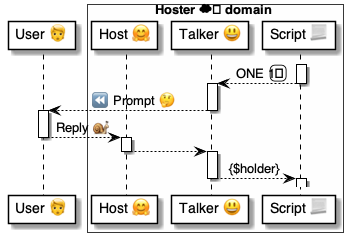
Before: 4 ⚙️ Solution/35 💬 Chats/😃 Talkers/😃⏩ Talker flows/Prompts 😃⏩🧑‍🦰/😃 Prompts ⚙️ uml.png, a diagram exported from PlantUML (pollyweb-org/pollyweb-docs). Its source is kept beside it as 4 ⚙️ Solution/35 💬 Chats/😃 Talkers/😃⏩ Talker flows/Prompts 😃⏩🧑‍🦰/😃 Prompts ⚙️ uml.puml.
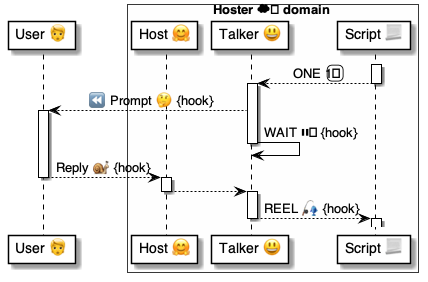
The same file after the commit.

What changed in the source:
```diff
@@ -12,11 +12,12 @@
 deactivate script
 
 activate talker
-    talker --> user: ⏪ Prompt 🤔
+    talker --> user: ⏪ Prompt 🤔 {hook}
+activate user
+    talker -> talker: WAIT ⏸️ {hook}
 deactivate talker
 
-activate user
-    user --> host: Reply 🐌
+    user --> host: Reply 🐌 {hook}
 deactivate user
 
 activate host
@@ -24,7 +25,7 @@
 deactivate host
 
 activate talker
-    talker --> script: {$holder}
+    talker --> script: REEL 🎣 {hook}
 deactivate talker
 
 activate script
```
